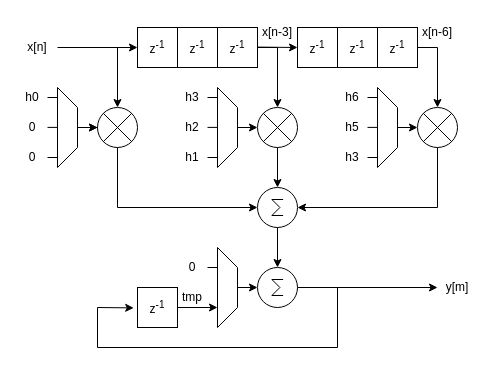
The draw.io diagram page "delay_input_multiply_in_fast_domain" (6 of 9) of assets/polyphase/polyphase.drawio in tomverbeure/tomverbeure.github.io, before the edit. Source tidied: cells renumbered, new cells numbered last; positions are measured from the earlier drawing's top-left corner, leaving out a move shared by most shapes. Both pictures are drawn from the tidied source at 100%, with x=0, y=0 at pixel (17, 17).
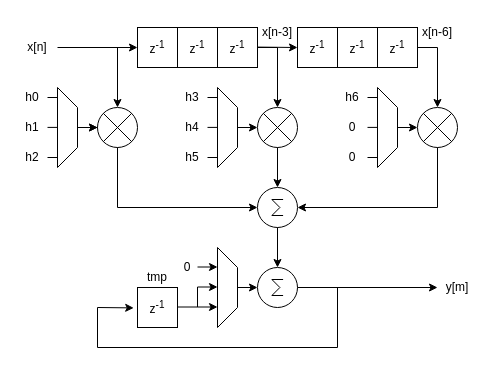
The same diagram, later.

Unchanged cells that the change refers to:
```xml
<mxCell id="44" style="shape=trapezoid;perimeter=trapezoidPerimeter;whiteSpace=wrap;html=1;fixedSize=1;rotation=90;" parent="1" vertex="1">
  <mxGeometry x="170" y="260" width="80" height="20" as="geometry" />
</mxCell>
```

Diff of the diagram source:
```diff
@@
-    <mxCell id="23" value="h5" style="text;html=1;strokeColor=none;fillColor=none;align=center;verticalAlign=middle;whiteSpace=wrap;rounded=0;" parent="1" vertex="1">
+    <mxCell id="23" value="0" style="text;html=1;strokeColor=none;fillColor=none;align=center;verticalAlign=middle;whiteSpace=wrap;rounded=0;" parent="1" vertex="1">
       <mxGeometry x="320" y="100" width="30" height="20" as="geometry" />
     </mxCell>
-    <mxCell id="24" value="h3" style="text;html=1;strokeColor=none;fillColor=none;align=center;verticalAlign=middle;whiteSpace=wrap;rounded=0;" parent="1" vertex="1">
+    <mxCell id="24" value="0" style="text;html=1;strokeColor=none;fillColor=none;align=center;verticalAlign=middle;whiteSpace=wrap;rounded=0;" parent="1" vertex="1">
       <mxGeometry x="320" y="130" width="30" height="20" as="geometry" />
     </mxCell>
@@
-    <mxCell id="29" value="h2" style="text;html=1;strokeColor=none;fillColor=none;align=center;verticalAlign=middle;whiteSpace=wrap;rounded=0;" parent="1" vertex="1">
+    <mxCell id="29" value="h4" style="text;html=1;strokeColor=none;fillColor=none;align=center;verticalAlign=middle;whiteSpace=wrap;rounded=0;" parent="1" vertex="1">
       <mxGeometry x="160" y="100" width="30" height="20" as="geometry" />
     </mxCell>
-    <mxCell id="30" value="h1" style="text;html=1;strokeColor=none;fillColor=none;align=center;verticalAlign=middle;whiteSpace=wrap;rounded=0;" parent="1" vertex="1">
+    <mxCell id="30" value="h5" style="text;html=1;strokeColor=none;fillColor=none;align=center;verticalAlign=middle;whiteSpace=wrap;rounded=0;" parent="1" vertex="1">
       <mxGeometry x="160" y="130" width="30" height="20" as="geometry" />
     </mxCell>
@@
-    <mxCell id="35" value="0" style="text;html=1;strokeColor=none;fillColor=none;align=center;verticalAlign=middle;whiteSpace=wrap;rounded=0;" parent="1" vertex="1">
+    <mxCell id="35" value="h1" style="text;html=1;strokeColor=none;fillColor=none;align=center;verticalAlign=middle;whiteSpace=wrap;rounded=0;" parent="1" vertex="1">
       <mxGeometry y="100" width="30" height="20" as="geometry" />
     </mxCell>
-    <mxCell id="36" value="0" style="text;html=1;strokeColor=none;fillColor=none;align=center;verticalAlign=middle;whiteSpace=wrap;rounded=0;" parent="1" vertex="1">
+    <mxCell id="36" value="h2" style="text;html=1;strokeColor=none;fillColor=none;align=center;verticalAlign=middle;whiteSpace=wrap;rounded=0;" parent="1" vertex="1">
       <mxGeometry y="130" width="30" height="20" as="geometry" />
     </mxCell>
@@
-    <mxCell id="45" style="endArrow=none;html=1;rounded=0;entryX=0.25;entryY=1;entryDx=0;entryDy=0;" parent="1" edge="1">
-      <mxGeometry relative="1" as="geometry">
-        <mxPoint x="190" y="250" as="sourcePoint" />
-        <mxPoint x="200" y="250" as="targetPoint" />
-      </mxGeometry>
-    </mxCell>
-    <mxCell id="46" value="0" style="text;html=1;strokeColor=none;fillColor=none;align=center;verticalAlign=middle;whiteSpace=wrap;rounded=0;" parent="1" vertex="1">
-      <mxGeometry x="160" y="240" width="30" height="20" as="geometry" />
-    </mxCell>
-    <mxCell id="47" style="endArrow=classic;html=1;rounded=0;exitX=1;exitY=0.5;exitDx=0;exitDy=0;exitPerimeter=0;entryX=0.75;entryY=1;entryDx=0;entryDy=0;" parent="1" edge="1" target="44">
-      <mxGeometry relative="1" as="geometry">
-        <mxPoint x="160" y="290" as="sourcePoint" />
-      </mxGeometry>
-    </mxCell>
@@
+    <mxCell id="59" value="y[m]" style="text;html=1;strokeColor=none;fillColor=none;align=center;verticalAlign=middle;whiteSpace=wrap;rounded=0;" parent="1" vertex="1">
+      <mxGeometry x="420" y="255" width="40" height="30" as="geometry" />
+    </mxCell>
+    <mxCell id="46" value="0" style="text;html=1;strokeColor=none;fillColor=none;align=center;verticalAlign=middle;whiteSpace=wrap;rounded=0;" parent="1" vertex="1">
+      <mxGeometry x="160" y="239.5" width="20" height="20" as="geometry" />
+    </mxCell>
+    <mxCell id="60" style="endArrow=classic;html=1;rounded=0;exitX=1;exitY=0.5;exitDx=0;exitDy=0;exitPerimeter=0;entryX=0.75;entryY=1;entryDx=0;entryDy=0;" parent="1" edge="1">
+      <mxGeometry relative="1" as="geometry">
+        <mxPoint x="160" y="289.5" as="sourcePoint" />
+        <mxPoint x="200" y="289.5" as="targetPoint" />
+      </mxGeometry>
+    </mxCell>
+    <mxCell id="61" style="endArrow=classic;html=1;rounded=0;entryX=0.5;entryY=1;entryDx=0;entryDy=0;" parent="1" edge="1">
+      <mxGeometry relative="1" as="geometry">
+        <mxPoint x="180" y="289.5" as="sourcePoint" />
+        <mxPoint x="200" y="269.5" as="targetPoint" />
+        <Array as="points">
+          <mxPoint x="180" y="269.5" />
+        </Array>
+      </mxGeometry>
+    </mxCell>
+    <mxCell id="62" style="endArrow=classic;html=1;rounded=0;entryX=0.75;entryY=1;entryDx=0;entryDy=0;" parent="1" edge="1">
+      <mxGeometry relative="1" as="geometry">
+        <mxPoint x="180" y="249.5" as="sourcePoint" />
+        <mxPoint x="200" y="249.5" as="targetPoint" />
+      </mxGeometry>
+    </mxCell>
     <mxCell id="58" value="tmp" style="text;html=1;strokeColor=none;fillColor=none;align=center;verticalAlign=middle;whiteSpace=wrap;rounded=0;" parent="1" vertex="1">
-      <mxGeometry x="160" y="270" width="30" height="20" as="geometry" />
+      <mxGeometry x="120" y="250" width="40" height="20" as="geometry" />
     </mxCell>
-    <mxCell id="59" value="y[m]" style="text;html=1;strokeColor=none;fillColor=none;align=center;verticalAlign=middle;whiteSpace=wrap;rounded=0;" parent="1" vertex="1">
-      <mxGeometry x="420" y="255" width="40" height="30" as="geometry" />
-    </mxCell>
```
